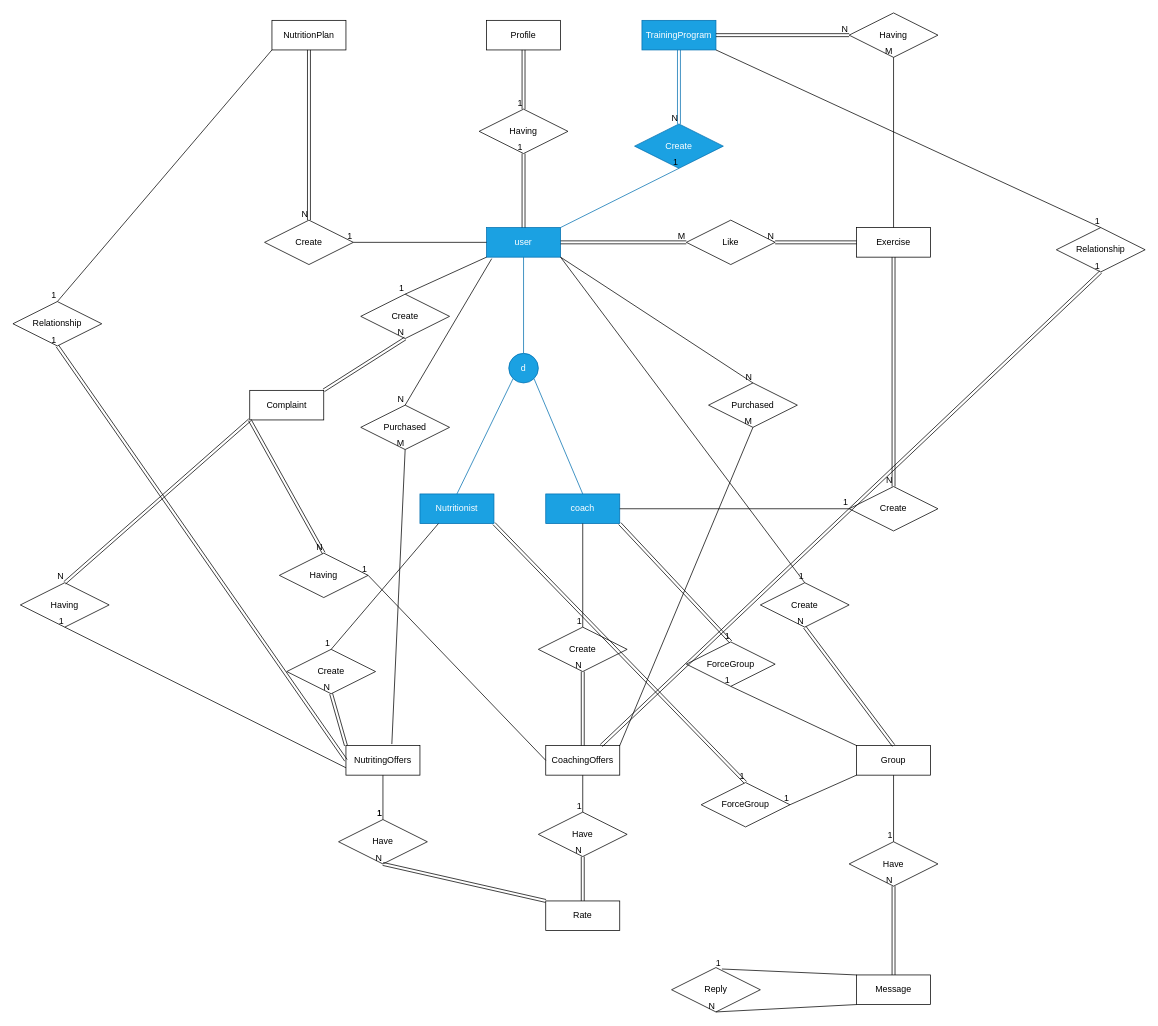
Above: Prequired/Untitled Diagram.drawio in abolfazlshahsavaryyy/FitGenius (draw.io), before the change. Source tidied: cells renumbered, new cells numbered last; positions are measured from the earlier drawing's top-left corner, leaving out a move shared by most shapes. Both pictures are drawn from the tidied source at 74%, with x=0, y=0 at pixel (13, 13).
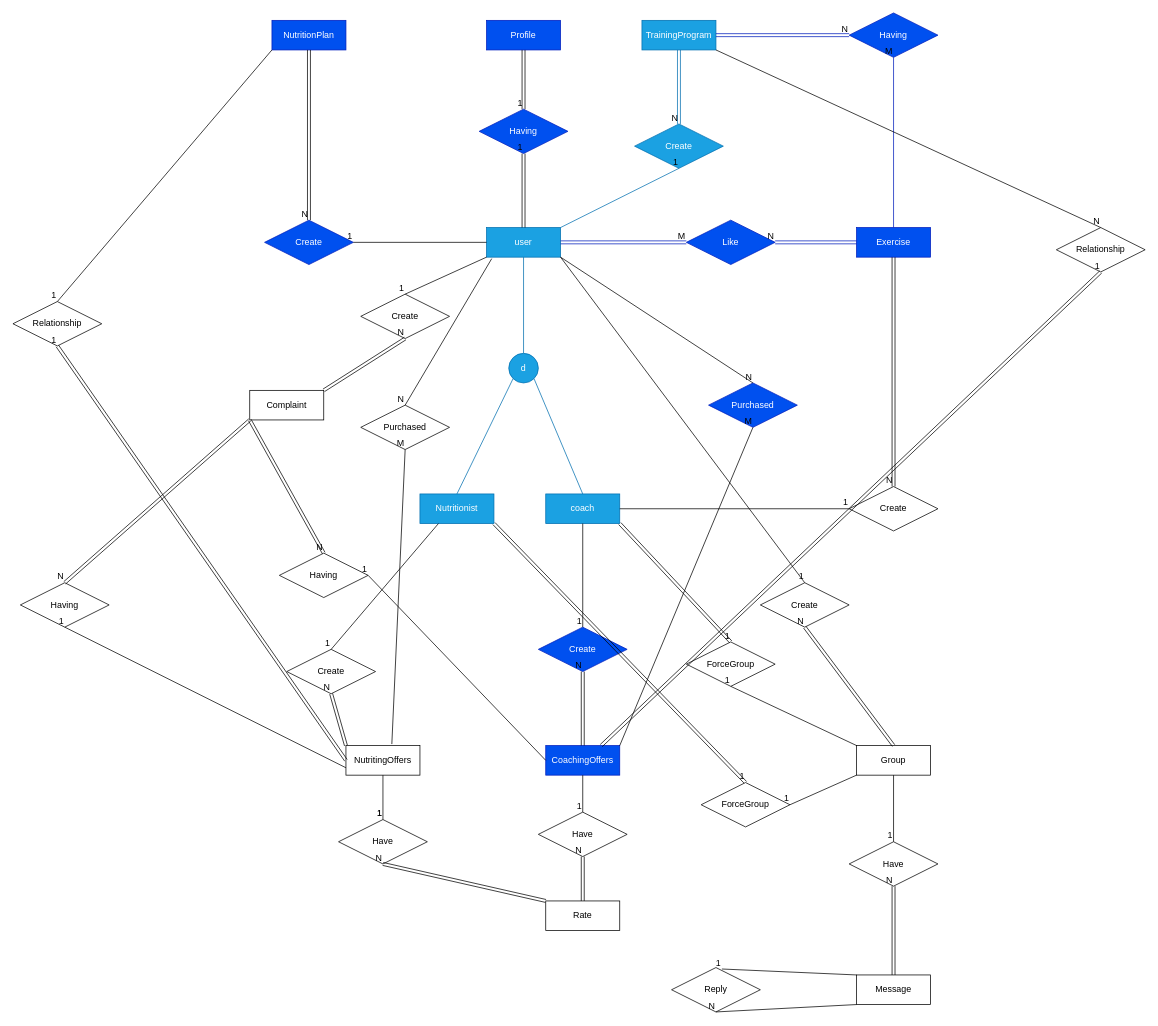
The same page after the edit.

The change refers to these unchanged cells:
```xml
<mxCell id="2" value="user" style="whiteSpace=wrap;html=1;align=center;fillColor=#1ba1e2;fontColor=#ffffff;strokeColor=#006EAF;" parent="1" vertex="1">
  <mxGeometry x="640" y="290" width="100" height="40" as="geometry" />
</mxCell>
<mxCell id="15" value="TrainingProgram" style="whiteSpace=wrap;html=1;align=center;fillColor=#1ba1e2;fontColor=#ffffff;strokeColor=#006EAF;" parent="1" vertex="1">
  <mxGeometry x="850" y="10" width="100" height="40" as="geometry" />
</mxCell>
<mxCell id="116" style="endArrow=none;html=1;rounded=0;exitX=1;exitY=1;exitDx=0;exitDy=0;entryX=0.5;entryY=0;entryDx=0;entryDy=0;" parent="1" edge="1" source="15" target="115">
  <mxGeometry relative="1" as="geometry" />
</mxCell>
```

The edit, as a diff of the source:
```diff
@@
-    <mxCell id="9" value="Profile" style="whiteSpace=wrap;html=1;align=center;" parent="1" vertex="1">
+    <mxCell id="9" value="Profile" style="whiteSpace=wrap;html=1;align=center;fillColor=#0050ef;fontColor=#ffffff;strokeColor=#001DBC;" parent="1" vertex="1">
       <mxGeometry x="640" y="10" width="100" height="40" as="geometry" />
     </mxCell>
-    <mxCell id="10" value="Having" style="shape=rhombus;perimeter=rhombusPerimeter;whiteSpace=wrap;html=1;align=center;" parent="1" vertex="1">
+    <mxCell id="10" value="Having" style="shape=rhombus;perimeter=rhombusPerimeter;whiteSpace=wrap;html=1;align=center;fillColor=#0050ef;fontColor=#ffffff;strokeColor=#001DBC;" parent="1" vertex="1">
       <mxGeometry x="630" y="130" width="120" height="60" as="geometry" />
     </mxCell>
@@
-    <mxCell id="21" value="Exercise" style="whiteSpace=wrap;html=1;align=center;" parent="1" vertex="1">
+    <mxCell id="21" value="Exercise" style="whiteSpace=wrap;html=1;align=center;fillColor=#0050ef;fontColor=#ffffff;strokeColor=#001DBC;" parent="1" vertex="1">
       <mxGeometry x="1140" y="290" width="100" height="40" as="geometry" />
     </mxCell>
-    <mxCell id="22" value="Having" style="shape=rhombus;perimeter=rhombusPerimeter;whiteSpace=wrap;html=1;align=center;" parent="1" vertex="1">
+    <mxCell id="22" value="Having" style="shape=rhombus;perimeter=rhombusPerimeter;whiteSpace=wrap;html=1;align=center;fillColor=#0050ef;fontColor=#ffffff;strokeColor=#001DBC;" parent="1" vertex="1">
       <mxGeometry x="1130" width="120" height="60" as="geometry" />
     </mxCell>
-    <mxCell id="23" style="shape=link;html=1;rounded=0;entryX=0;entryY=0.5;entryDx=0;entryDy=0;exitX=1;exitY=0.5;exitDx=0;exitDy=0;" parent="1" edge="1" source="15" target="22">
+    <mxCell id="23" style="shape=link;html=1;rounded=0;entryX=0;entryY=0.5;entryDx=0;entryDy=0;exitX=1;exitY=0.5;exitDx=0;exitDy=0;fillColor=#0050ef;strokeColor=#001DBC;" parent="1" edge="1" source="15" target="22">
       <mxGeometry relative="1" as="geometry" />
     </mxCell>
@@
-    <mxCell id="25" style="endArrow=none;html=1;rounded=0;entryX=0.5;entryY=1;entryDx=0;entryDy=0;exitX=0.5;exitY=0;exitDx=0;exitDy=0;" parent="1" edge="1" source="21" target="22">
+    <mxCell id="25" style="endArrow=none;html=1;rounded=0;entryX=0.5;entryY=1;entryDx=0;entryDy=0;exitX=0.5;exitY=0;exitDx=0;exitDy=0;fillColor=#0050ef;strokeColor=#001DBC;" parent="1" edge="1" source="21" target="22">
       <mxGeometry relative="1" as="geometry" />
     </mxCell>
@@
-    <mxCell id="32" value="Like" style="shape=rhombus;perimeter=rhombusPerimeter;whiteSpace=wrap;html=1;align=center;" parent="1" vertex="1">
+    <mxCell id="32" value="Like" style="shape=rhombus;perimeter=rhombusPerimeter;whiteSpace=wrap;html=1;align=center;fillColor=#0050ef;fontColor=#ffffff;strokeColor=#001DBC;" parent="1" vertex="1">
       <mxGeometry x="910" y="280" width="120" height="60" as="geometry" />
     </mxCell>
-    <mxCell id="33" style="shape=link;html=1;rounded=0;entryX=1;entryY=0.5;entryDx=0;entryDy=0;exitX=0;exitY=0.5;exitDx=0;exitDy=0;" parent="1" edge="1" source="21" target="32">
+    <mxCell id="33" style="shape=link;html=1;rounded=0;entryX=1;entryY=0.5;entryDx=0;entryDy=0;exitX=0;exitY=0.5;exitDx=0;exitDy=0;fillColor=#0050ef;strokeColor=#001DBC;" parent="1" edge="1" source="21" target="32">
       <mxGeometry relative="1" as="geometry" />
     </mxCell>
@@
-    <mxCell id="35" style="shape=link;html=1;rounded=0;entryX=0;entryY=0.5;entryDx=0;entryDy=0;exitX=1;exitY=0.5;exitDx=0;exitDy=0;" parent="1" edge="1" source="2" target="32">
+    <mxCell id="35" style="shape=link;html=1;rounded=0;entryX=0;entryY=0.5;entryDx=0;entryDy=0;exitX=1;exitY=0.5;exitDx=0;exitDy=0;fillColor=#0050ef;strokeColor=#001DBC;" parent="1" edge="1" source="2" target="32">
       <mxGeometry relative="1" as="geometry" />
     </mxCell>
@@
-    <mxCell id="37" value="NutritionPlan" style="whiteSpace=wrap;html=1;align=center;" parent="1" vertex="1">
+    <mxCell id="37" value="NutritionPlan" style="whiteSpace=wrap;html=1;align=center;fillColor=#0050ef;fontColor=#ffffff;strokeColor=#001DBC;" parent="1" vertex="1">
       <mxGeometry x="350" y="10" width="100" height="40" as="geometry" />
     </mxCell>
-    <mxCell id="38" value="Create" style="shape=rhombus;perimeter=rhombusPerimeter;whiteSpace=wrap;html=1;align=center;" parent="1" vertex="1">
+    <mxCell id="38" value="Create" style="shape=rhombus;perimeter=rhombusPerimeter;whiteSpace=wrap;html=1;align=center;fillColor=#0050ef;fontColor=#ffffff;strokeColor=#001DBC;" parent="1" vertex="1">
       <mxGeometry x="340" y="280" width="120" height="60" as="geometry" />
     </mxCell>
@@
-    <mxCell id="43" value="CoachingOffers" style="whiteSpace=wrap;html=1;align=center;" parent="1" vertex="1">
+    <mxCell id="43" value="CoachingOffers" style="whiteSpace=wrap;html=1;align=center;fillColor=#0050ef;fontColor=#ffffff;strokeColor=#001DBC;" parent="1" vertex="1">
       <mxGeometry x="720" y="990" width="100" height="40" as="geometry" />
     </mxCell>
-    <mxCell id="44" value="Create" style="shape=rhombus;perimeter=rhombusPerimeter;whiteSpace=wrap;html=1;align=center;" parent="1" vertex="1">
+    <mxCell id="44" value="Create" style="shape=rhombus;perimeter=rhombusPerimeter;whiteSpace=wrap;html=1;align=center;fillColor=#0050ef;fontColor=#ffffff;strokeColor=#001DBC;" parent="1" vertex="1">
       <mxGeometry x="710" y="830" width="120" height="60" as="geometry" />
     </mxCell>
@@
-    <mxCell id="49" value="Purchased" style="shape=rhombus;perimeter=rhombusPerimeter;whiteSpace=wrap;html=1;align=center;" parent="1" vertex="1">
+    <mxCell id="49" value="Purchased" style="shape=rhombus;perimeter=rhombusPerimeter;whiteSpace=wrap;html=1;align=center;fillColor=#0050ef;fontColor=#ffffff;strokeColor=#001DBC;" parent="1" vertex="1">
       <mxGeometry x="940" y="500" width="120" height="60" as="geometry" />
     </mxCell>
@@
-    <mxCell id="117" value="1" style="html=1;whiteSpace=wrap;align=right;verticalAlign=bottom;" parent="116" vertex="1">
+    <mxCell id="117" value="N" style="html=1;whiteSpace=wrap;align=right;verticalAlign=bottom;" parent="116" vertex="1">
       <mxGeometry x="1" relative="1" as="geometry" />
     </mxCell>
```
